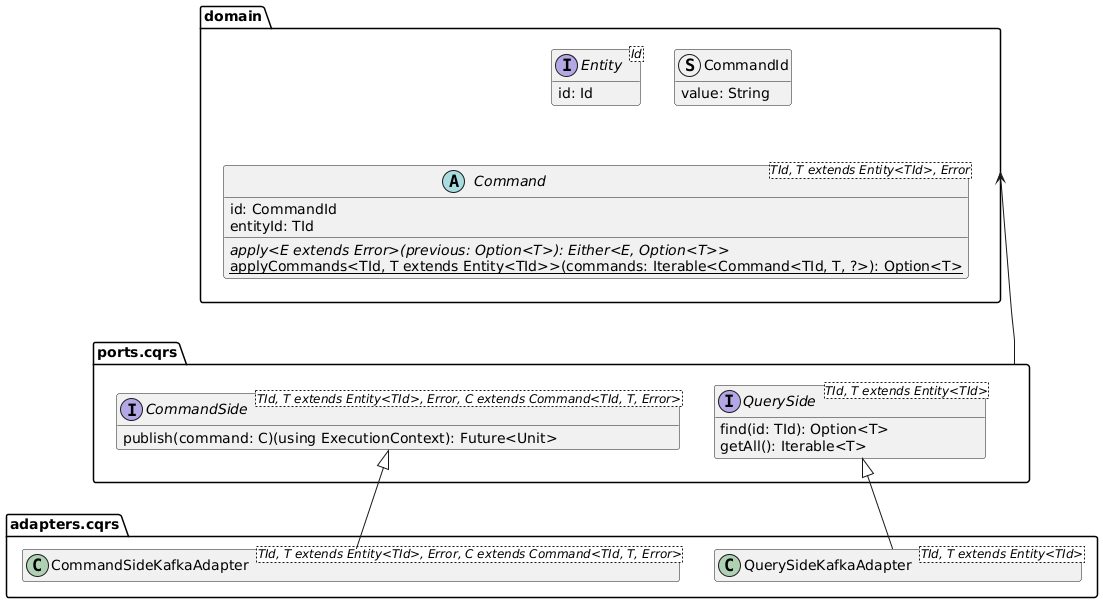
Above: doc/diagrams/cqrs-es-domain-model.png in Ventus218/SAP-assignment-03 (PlantUML), before the change.
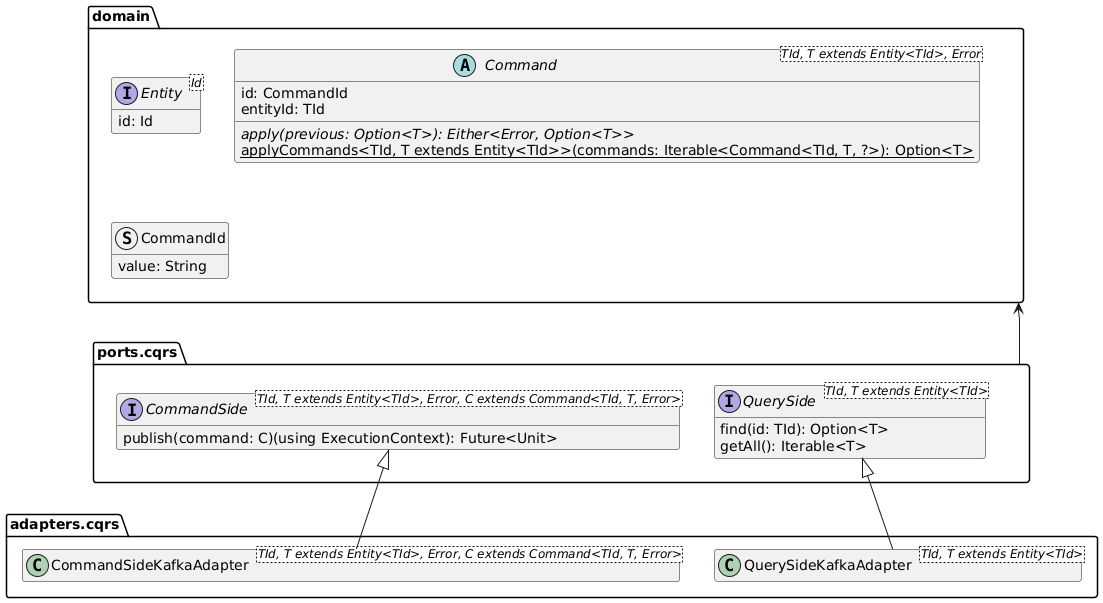
The same diagram one commit later.

Commit message:
Automatically generated PlantUML diagrams

Diff of the diagram source:
```diff
@@ -3,19 +3,21 @@
 hide empty members
 
 package domain {
+    !startsub ES
     interface Entity<Id> {
         id: Id
-    }
-
-    struct CommandId {
-        value: String
     }
 
     abstract class Command<TId, T extends Entity<TId>, Error> {
         id: CommandId
         entityId: TId
-        {abstract} apply<E extends Error>(previous: Option<T>): Either<E, Option<T>>
+        {abstract} apply(previous: Option<T>): Either<Error, Option<T>>
         {static} applyCommands<TId, T extends Entity<TId>>(commands: Iterable<Command<TId, T, ?>): Option<T>
+    }
+    !endsub
+
+    struct CommandId {
+        value: String
     }
 }
 
```
